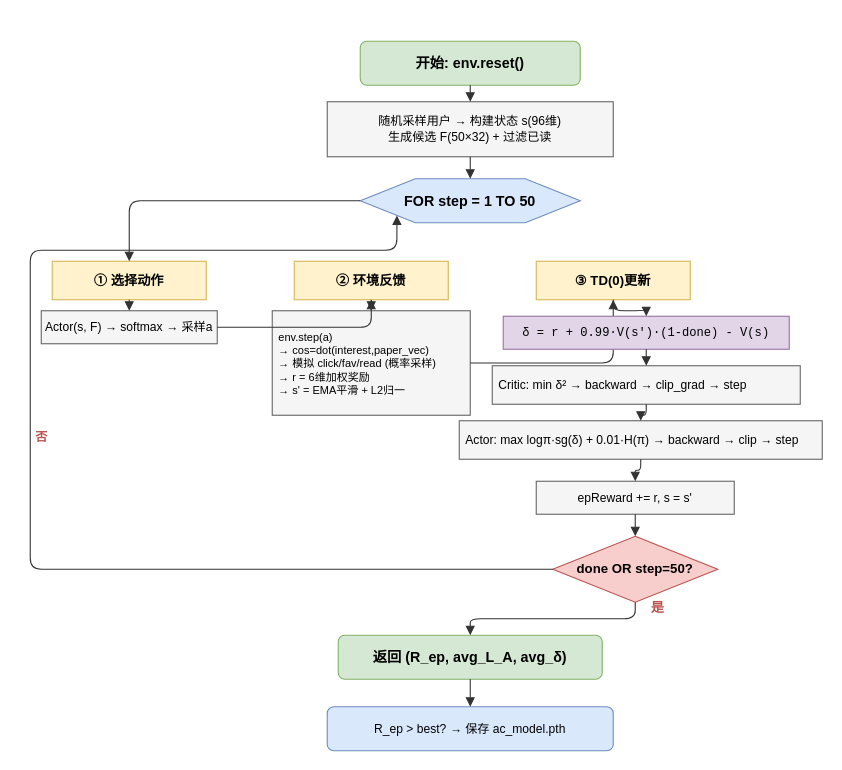
The draw.io diagram docs/draw/18-ac-training-flow.drawio in this1is1i/ACSR, before the edit. Source tidied: cells renumbered, new cells numbered last; positions are measured from the earlier drawing's top-left corner, leaving out a move shared by most shapes. Both pictures are drawn from the tidied source at 110%, with x=0, y=0 at pixel (19, 41).
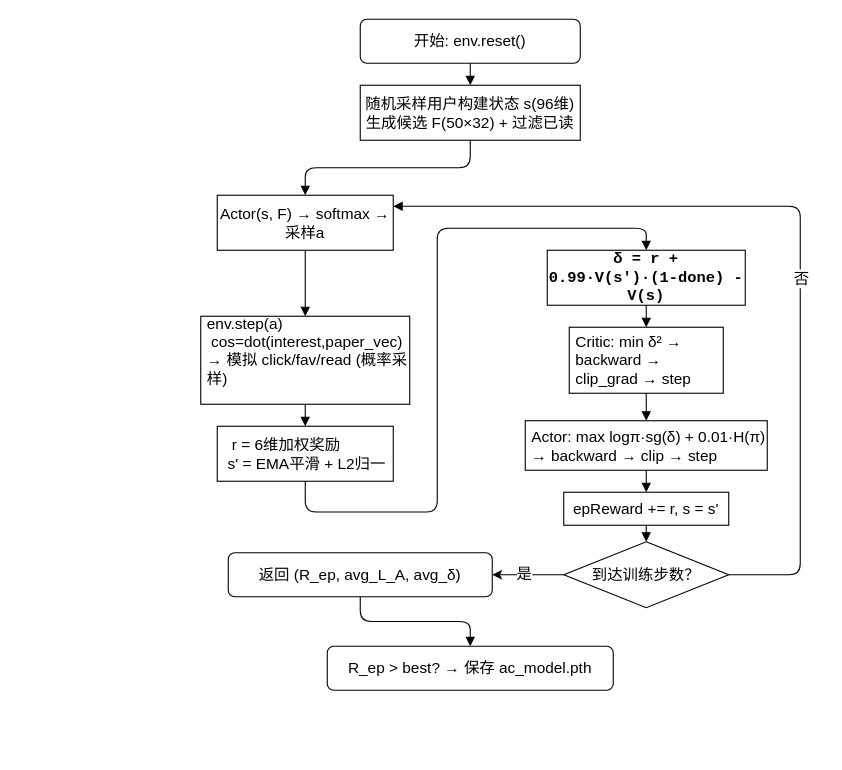
Above is the later version.

Diff of the diagram source:
```diff
@@
-    <mxCell id="2" value="开始: env.reset()" style="rounded=1;whiteSpace=wrap;html=1;fillColor=#d5e8d4;strokeColor=#82b366;fontStyle=1;fontSize=13;" parent="1" vertex="1">
-      <mxGeometry x="310" width="200" height="40" as="geometry" />
+    <mxCell id="2" value="开始: env.reset()" style="rounded=1;whiteSpace=wrap;html=1;fontStyle=0;fontSize=14;" parent="1" vertex="1">
+      <mxGeometry x="310" y="-20" width="200" height="40" as="geometry" />
     </mxCell>
-    <mxCell id="3" value="随机采样用户 → 构建状态 s(96维)&#10;生成候选 F(50×32) + 过滤已读" style="rounded=0;whiteSpace=wrap;html=1;fillColor=#f5f5f5;strokeColor=#666;fontSize=11;" parent="1" vertex="1">
-      <mxGeometry x="280" y="55" width="260" height="50" as="geometry" />
+    <mxCell id="3" value="随机采样用户构建状态 s(96维)&lt;br&gt;生成候选 F(50×32) + 过滤已读" style="rounded=0;whiteSpace=wrap;html=1;fontSize=14;" parent="1" vertex="1">
+      <mxGeometry x="310" y="40" width="200" height="50" as="geometry" />
     </mxCell>
-    <mxCell id="4" style="edgeStyle=orthogonalEdgeStyle;rounded=1;html=1;strokeColor=#333;endArrow=block;" parent="1" edge="1" source="2" target="3">
+    <mxCell id="4" style="edgeStyle=orthogonalEdgeStyle;rounded=1;html=1;endArrow=block;fontSize=14;" parent="1" edge="1" source="2" target="3">
       <mxGeometry relative="1" as="geometry" />
     </mxCell>
-    <mxCell id="5" value="FOR step = 1 TO 50" style="shape=hexagon;perimeter=hexagonPerimeter2;whiteSpace=wrap;html=1;fillColor=#dae8fc;strokeColor=#6c8ebf;fontStyle=1;fontSize=13;" parent="1" vertex="1">
-      <mxGeometry x="310" y="125" width="200" height="40" as="geometry" />
-    </mxCell>
-    <mxCell id="6" style="edgeStyle=orthogonalEdgeStyle;rounded=1;html=1;strokeColor=#333;endArrow=block;" parent="1" edge="1" source="3" target="5">
+    <mxCell id="6" style="edgeStyle=orthogonalEdgeStyle;rounded=1;html=1;endArrow=block;entryX=0.5;entryY=0;entryDx=0;entryDy=0;fontSize=14;" parent="1" edge="1" source="3" target="8">
       <mxGeometry relative="1" as="geometry" />
     </mxCell>
-    <mxCell id="7" value="① 选择动作" style="rounded=0;whiteSpace=wrap;html=1;fillColor=#fff2cc;strokeColor=#d6b656;fontStyle=1;fontSize=12;" parent="1" vertex="1">
-      <mxGeometry x="30" y="200" width="140" height="35" as="geometry" />
-    </mxCell>
-    <mxCell id="8" value="Actor(s, F) → softmax → 采样a" style="rounded=0;whiteSpace=wrap;html=1;fillColor=#f5f5f5;strokeColor=#666;fontSize=11;" parent="1" vertex="1">
-      <mxGeometry x="20" y="245" width="160" height="30" as="geometry" />
+    <mxCell id="8" value="Actor(s, F) → softmax → 采样a" style="rounded=0;whiteSpace=wrap;html=1;fontSize=14;" parent="1" vertex="1">
+      <mxGeometry x="180" y="140" width="160" height="50" as="geometry" />
     </mxCell>
-    <mxCell id="9" style="edgeStyle=orthogonalEdgeStyle;rounded=1;html=1;strokeColor=#333;endArrow=block;exitX=0;exitY=0.5;exitDx=0;exitDy=0;" parent="1" edge="1" source="5" target="7">
-      <mxGeometry relative="1" as="geometry" />
-    </mxCell>
-    <mxCell id="10" style="edgeStyle=orthogonalEdgeStyle;rounded=1;html=1;strokeColor=#333;endArrow=block;" parent="1" edge="1" source="7" target="8">
-      <mxGeometry relative="1" as="geometry" />
-    </mxCell>
-    <mxCell id="11" value="② 环境反馈" style="rounded=0;whiteSpace=wrap;html=1;fillColor=#fff2cc;strokeColor=#d6b656;fontStyle=1;fontSize=12;" parent="1" vertex="1">
-      <mxGeometry x="250" y="200" width="140" height="35" as="geometry" />
-    </mxCell>
-    <mxCell id="12" value="env.step(a)&#10;  → cos=dot(interest,paper_vec)&#10;  → 模拟 click/fav/read (概率采样)&#10;  → r = 6维加权奖励&#10;  → s' = EMA平滑 + L2归一" style="rounded=0;whiteSpace=wrap;html=1;fillColor=#f5f5f5;strokeColor=#666;fontSize=10;align=left;spacingLeft=4;" parent="1" vertex="1">
-      <mxGeometry x="230" y="245" width="180" height="95" as="geometry" />
+    <mxCell id="12" value="&lt;font&gt;env.step(a)&lt;br&gt;&amp;nbsp;cos=dot(interest,paper_vec)&lt;br&gt;  → 模拟 click/fav/read (概率采样)&lt;/font&gt;&lt;div&gt;&lt;br&gt;&lt;/div&gt;" style="rounded=0;whiteSpace=wrap;html=1;fontSize=14;align=left;spacingLeft=4;" parent="1" vertex="1">
+      <mxGeometry x="165" y="250" width="190" height="80" as="geometry" />
     </mxCell>
-    <mxCell id="13" style="edgeStyle=orthogonalEdgeStyle;rounded=1;html=1;strokeColor=#333;endArrow=block;" parent="1" edge="1" source="8" target="11">
+    <mxCell id="13" style="edgeStyle=orthogonalEdgeStyle;rounded=1;html=1;endArrow=block;entryX=0.5;entryY=0;entryDx=0;entryDy=0;fontSize=14;" parent="1" edge="1" source="8" target="12">
       <mxGeometry relative="1" as="geometry" />
     </mxCell>
-    <mxCell id="14" style="edgeStyle=orthogonalEdgeStyle;rounded=1;html=1;strokeColor=#333;endArrow=block;" parent="1" edge="1" source="11" target="12">
-      <mxGeometry relative="1" as="geometry" />
-    </mxCell>
-    <mxCell id="15" value="③ TD(0)更新" style="rounded=0;whiteSpace=wrap;html=1;fillColor=#fff2cc;strokeColor=#d6b656;fontStyle=1;fontSize=12;" parent="1" vertex="1">
-      <mxGeometry x="470" y="200" width="140" height="35" as="geometry" />
-    </mxCell>
-    <mxCell id="16" style="edgeStyle=orthogonalEdgeStyle;rounded=1;html=1;strokeColor=#333;endArrow=block;" parent="1" edge="1" source="12" target="15">
-      <mxGeometry relative="1" as="geometry" />
+    <mxCell id="16" style="edgeStyle=orthogonalEdgeStyle;rounded=1;html=1;endArrow=block;entryX=0.5;entryY=0;entryDx=0;entryDy=0;fontSize=14;" parent="1" edge="1" source="35" target="17">
+      <mxGeometry relative="1" as="geometry">
+        <Array as="points">
+          <mxPoint x="260" y="428" />
+          <mxPoint x="380" y="428" />
+          <mxPoint x="380" y="170" />
+          <mxPoint x="570" y="170" />
+        </Array>
+      </mxGeometry>
     </mxCell>
-    <mxCell id="17" value="δ = r + 0.99·V(s')·(1-done) - V(s)" style="rounded=0;whiteSpace=wrap;html=1;fillColor=#e1d5e7;strokeColor=#9673a6;fontSize=11;fontFamily=Courier New;" parent="1" vertex="1">
-      <mxGeometry x="440" y="250" width="260" height="30" as="geometry" />
+    <mxCell id="17" value="&lt;b&gt;δ = r + 0.99·V(s')·(1-done) - V(s)&lt;/b&gt;" style="rounded=0;whiteSpace=wrap;html=1;fontSize=14;fontFamily=Courier New;" parent="1" vertex="1">
+      <mxGeometry x="480" y="190" width="180" height="50" as="geometry" />
     </mxCell>
-    <mxCell id="18" style="edgeStyle=orthogonalEdgeStyle;rounded=1;html=1;strokeColor=#333;endArrow=block;" parent="1" edge="1" source="15" target="17">
-      <mxGeometry relative="1" as="geometry" />
-    </mxCell>
-    <mxCell id="19" value="Critic: min δ² → backward → clip_grad → step" style="rounded=0;whiteSpace=wrap;html=1;fillColor=#f5f5f5;strokeColor=#666;fontSize=11;align=left;spacingLeft=4;" parent="1" vertex="1">
-      <mxGeometry x="430" y="295" width="280" height="35" as="geometry" />
+    <mxCell id="19" value="Critic: min δ² → backward → clip_grad → step" style="rounded=0;whiteSpace=wrap;html=1;fontSize=14;align=left;spacingLeft=4;" parent="1" vertex="1">
+      <mxGeometry x="500" y="260" width="140" height="60" as="geometry" />
     </mxCell>
-    <mxCell id="20" style="edgeStyle=orthogonalEdgeStyle;rounded=1;html=1;strokeColor=#333;endArrow=block;" parent="1" edge="1" source="17" target="19">
+    <mxCell id="20" style="edgeStyle=orthogonalEdgeStyle;rounded=1;html=1;endArrow=block;fontSize=14;" parent="1" edge="1" source="17" target="19">
       <mxGeometry relative="1" as="geometry" />
     </mxCell>
-    <mxCell id="21" value="Actor: max logπ·sg(δ) + 0.01·H(π) → backward → clip → step" style="rounded=0;whiteSpace=wrap;html=1;fillColor=#f5f5f5;strokeColor=#666;fontSize=11;align=left;spacingLeft=4;" parent="1" vertex="1">
-      <mxGeometry x="400" y="345" width="330" height="35" as="geometry" />
+    <mxCell id="21" value="Actor: max logπ·sg(δ) + 0.01·H(π) → backward → clip → step" style="rounded=0;whiteSpace=wrap;html=1;fontSize=14;align=left;spacingLeft=4;" parent="1" vertex="1">
+      <mxGeometry x="460" y="345" width="220" height="45" as="geometry" />
     </mxCell>
-    <mxCell id="22" style="edgeStyle=orthogonalEdgeStyle;rounded=1;html=1;strokeColor=#333;endArrow=block;" parent="1" edge="1" source="19" target="21">
+    <mxCell id="22" style="edgeStyle=orthogonalEdgeStyle;rounded=1;html=1;endArrow=block;fontSize=14;" parent="1" edge="1" source="19" target="21">
       <mxGeometry relative="1" as="geometry" />
     </mxCell>
-    <mxCell id="23" value="epReward += r,  s = s'" style="rounded=0;whiteSpace=wrap;html=1;fillColor=#f5f5f5;strokeColor=#666;fontSize=11;" parent="1" vertex="1">
-      <mxGeometry x="470" y="400" width="180" height="30" as="geometry" />
+    <mxCell id="23" value="epReward += r,  s = s'" style="rounded=0;whiteSpace=wrap;html=1;fontSize=14;" parent="1" vertex="1">
+      <mxGeometry x="495" y="410" width="150" height="30" as="geometry" />
     </mxCell>
-    <mxCell id="24" style="edgeStyle=orthogonalEdgeStyle;rounded=1;html=1;strokeColor=#333;endArrow=block;" parent="1" edge="1" source="21" target="23">
+    <mxCell id="24" style="edgeStyle=orthogonalEdgeStyle;rounded=1;html=1;endArrow=block;fontSize=14;" parent="1" edge="1" source="21" target="23">
       <mxGeometry relative="1" as="geometry" />
     </mxCell>
+    <mxCell id="30" style="edgeStyle=orthogonalEdgeStyle;rounded=0;jettySize=auto;html=1;exitX=0;exitY=0.5;exitDx=0;exitDy=0;fontSize=14;" parent="1" edge="1" source="25" target="29">
+      <mxGeometry relative="1" as="geometry" />
+    </mxCell>
+    <mxCell id="31" value="是" style="edgeLabel;html=1;align=center;verticalAlign=middle;fontSize=14;" parent="30" vertex="1">
+      <mxGeometry x="0.14" y="-2" relative="1" as="geometry" />
+    </mxCell>
-    <mxCell id="25" value="done OR step=50?" style="rhombus;whiteSpace=wrap;html=1;fillColor=#f8cecc;strokeColor=#b85450;fontStyle=1;fontSize=12;" parent="1" vertex="1">
-      <mxGeometry x="485" y="450" width="150" height="60" as="geometry" />
+    <mxCell id="25" value="到达训练步数？" style="rhombus;whiteSpace=wrap;html=1;fontStyle=0;fontSize=14;" parent="1" vertex="1">
+      <mxGeometry x="495" y="455" width="150" height="60" as="geometry" />
     </mxCell>
-    <mxCell id="26" style="edgeStyle=orthogonalEdgeStyle;rounded=1;html=1;strokeColor=#333;endArrow=block;" parent="1" edge="1" source="23" target="25">
+    <mxCell id="26" style="edgeStyle=orthogonalEdgeStyle;rounded=1;html=1;endArrow=block;fontSize=14;" parent="1" edge="1" source="23" target="25">
       <mxGeometry relative="1" as="geometry" />
     </mxCell>
-    <mxCell id="27" style="edgeStyle=orthogonalEdgeStyle;rounded=1;html=1;strokeColor=#333;endArrow=block;exitX=0;exitY=0.5;exitDx=0;exitDy=0;entryX=0;entryY=1;entryDx=0;entryDy=0;" parent="1" edge="1" source="25" target="5">
+    <mxCell id="27" style="edgeStyle=orthogonalEdgeStyle;rounded=1;html=1;endArrow=block;exitX=1;exitY=0.5;exitDx=0;exitDy=0;fontSize=14;" parent="1" edge="1" source="25" target="8">
       <mxGeometry relative="1" as="geometry">
         <Array as="points">
-          <mxPoint x="10" y="480" />
-          <mxPoint x="10" y="190" />
+          <mxPoint x="710" y="485" />
+          <mxPoint x="710" y="150" />
         </Array>
       </mxGeometry>
     </mxCell>
-    <mxCell id="28" value="否" style="text;html=1;strokeColor=none;fillColor=none;align=center;verticalAlign=middle;fontSize=11;fontColor=#b85450;fontStyle=1;" parent="1" vertex="1">
-      <mxGeometry y="350" width="40" height="20" as="geometry" />
+    <mxCell id="28" value="&lt;font&gt;否&lt;/font&gt;" style="edgeLabel;html=1;align=center;verticalAlign=middle;fontSize=14;" parent="27" vertex="1">
+      <mxGeometry x="-0.13" relative="1" as="geometry" />
     </mxCell>
-    <mxCell id="29" value="返回 (R_ep, avg_L_A, avg_δ)" style="rounded=1;whiteSpace=wrap;html=1;fillColor=#d5e8d4;strokeColor=#82b366;fontStyle=1;fontSize=13;" parent="1" vertex="1">
-      <mxGeometry x="290" y="540" width="240" height="40" as="geometry" />
+    <mxCell id="29" value="返回 (R_ep, avg_L_A, avg_δ)" style="rounded=1;whiteSpace=wrap;html=1;fontStyle=0;fontSize=14;" parent="1" vertex="1">
+      <mxGeometry x="190" y="465" width="240" height="40" as="geometry" />
     </mxCell>
-    <mxCell id="30" style="edgeStyle=orthogonalEdgeStyle;rounded=1;html=1;strokeColor=#333;endArrow=block;entryX=0.5;entryY=0;entryDx=0;entryDy=0;" parent="1" edge="1" source="25" target="29">
-      <mxGeometry relative="1" as="geometry" />
-    </mxCell>
-    <mxCell id="31" value="是" style="text;html=1;strokeColor=none;fillColor=none;align=center;verticalAlign=middle;fontSize=12;fontColor=#b85450;fontStyle=1;" parent="1" vertex="1">
-      <mxGeometry x="565" y="505" width="30" height="20" as="geometry" />
-    </mxCell>
-    <mxCell id="32" value="R_ep &gt; best? → 保存 ac_model.pth" style="rounded=1;whiteSpace=wrap;html=1;fillColor=#dae8fc;strokeColor=#6c8ebf;fontSize=11;" parent="1" vertex="1">
-      <mxGeometry x="280" y="605" width="260" height="40" as="geometry" />
+    <mxCell id="32" value="R_ep &amp;gt; best? → 保存 ac_model.pth" style="rounded=1;whiteSpace=wrap;html=1;fontSize=14;" parent="1" vertex="1">
+      <mxGeometry x="280" y="550" width="260" height="40" as="geometry" />
     </mxCell>
-    <mxCell id="33" style="edgeStyle=orthogonalEdgeStyle;rounded=1;html=1;strokeColor=#333;endArrow=block;" parent="1" edge="1" source="29" target="32">
+    <mxCell id="33" style="edgeStyle=orthogonalEdgeStyle;rounded=1;html=1;endArrow=block;fontSize=14;" parent="1" edge="1" source="29" target="32">
       <mxGeometry relative="1" as="geometry" />
     </mxCell>
+    <mxCell id="34" style="edgeStyle=orthogonalEdgeStyle;rounded=1;html=1;endArrow=block;fontSize=14;" parent="1" edge="1" source="12" target="35">
+      <mxGeometry relative="1" as="geometry" />
+    </mxCell>
+    <mxCell id="35" value="&lt;font&gt;&amp;nbsp; r = 6维加权奖励&lt;br&gt;&amp;nbsp;s' = EMA平滑 + L2归一&lt;/font&gt;" style="rounded=0;whiteSpace=wrap;html=1;fontSize=14;align=left;spacingLeft=4;" parent="1" vertex="1">
+      <mxGeometry x="180" y="350" width="160" height="50" as="geometry" />
+    </mxCell>
```
